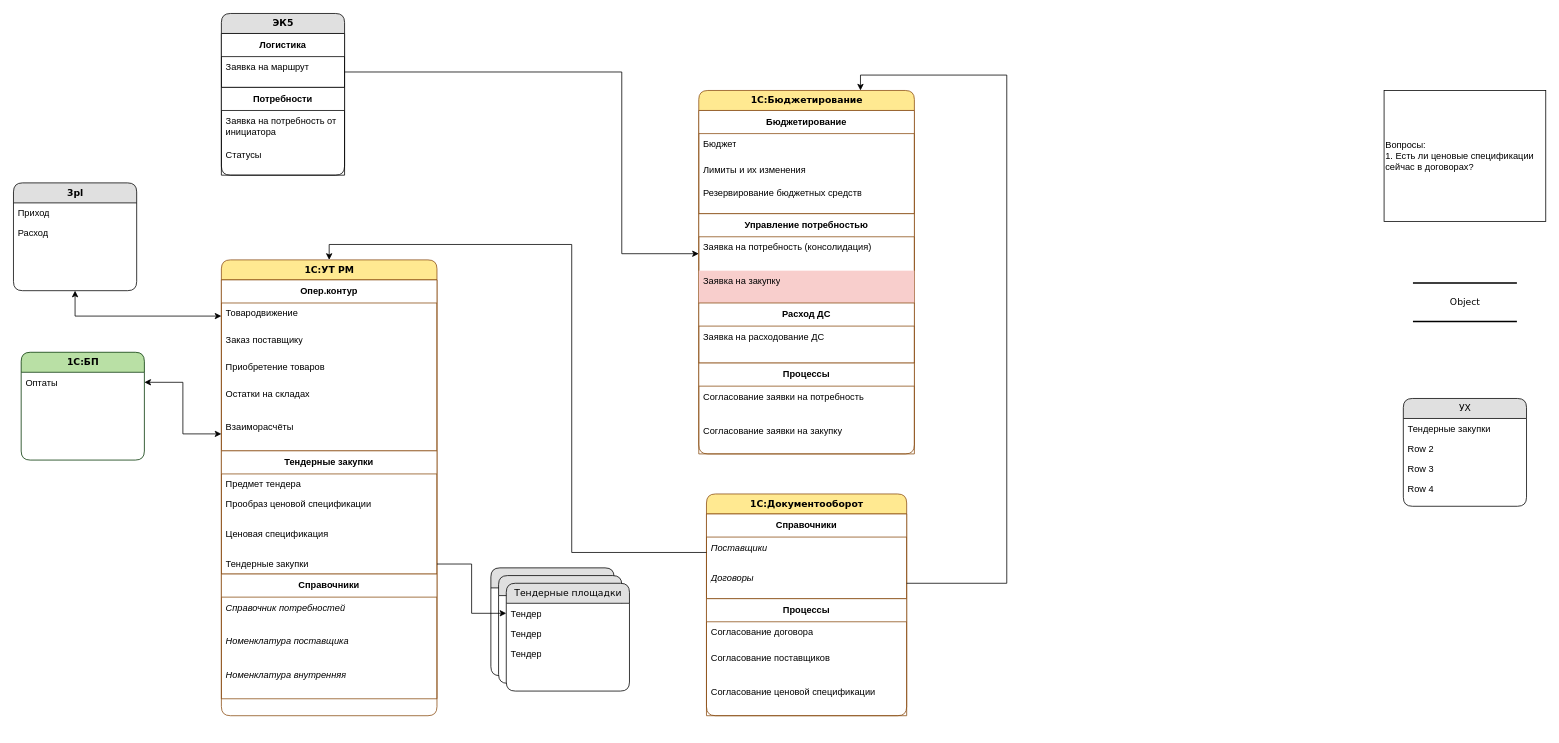
mih-ap/dwaw.io keeps this draw.io diagram as Диаграмма без названия.drawio. Above is the earlier version. Source tidied: cells renumbered, new cells numbered last; positions are measured from the earlier drawing's top-left corner, leaving out a move shared by most shapes. Both pictures are drawn from the tidied source at 77%, with x=0, y=0 at pixel (13, 13).
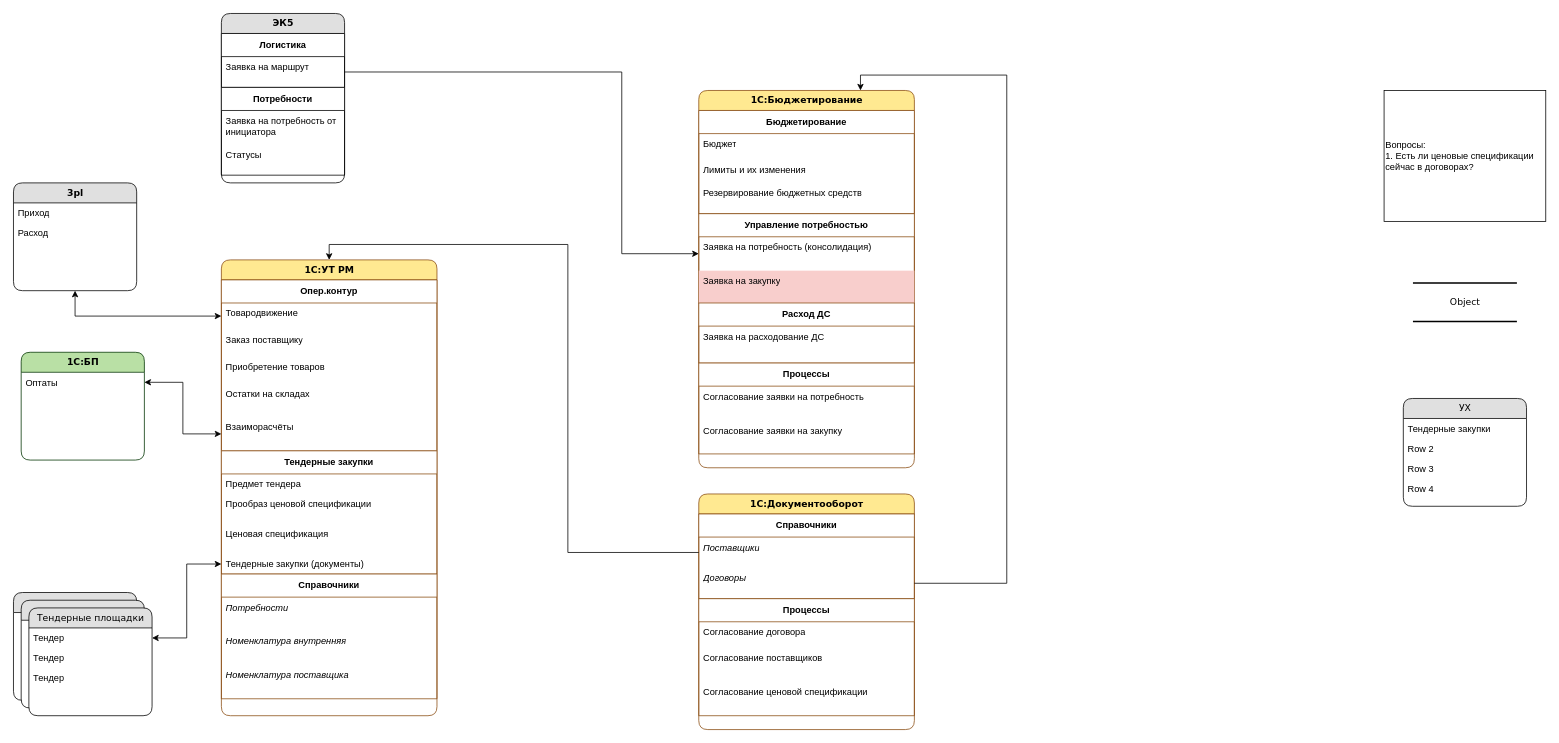
The same diagram, later.

Unchanged cells that the change refers to:
```xml
<mxCell id="15" value="Тендерные закупки" style="swimlane;fontStyle=1;horizontal=1;startSize=30;whiteSpace=wrap;html=1;strokeColor=#8B4D13;" parent="8" vertex="1">
  <mxGeometry y="248" width="280" height="160" as="geometry" />
</mxCell>
<mxCell id="20" value="Справочники" style="swimlane;fontStyle=1;horizontal=1;startSize=30;whiteSpace=wrap;html=1;strokeColor=#8B4D13;" parent="8" vertex="1">
  <mxGeometry y="408" width="280" height="162" as="geometry" />
</mxCell>
<mxCell id="61" value="Тендер" style="text;html=1;strokeColor=none;fillColor=none;spacingLeft=4;spacingRight=4;whiteSpace=wrap;overflow=hidden;points=[[0,0.5],[1,0.5]];portConstraint=eastwest;" parent="60" vertex="1">
  <mxGeometry y="26" width="160" height="26" as="geometry" />
</mxCell>
```

What changed in the source:
```diff
@@
-    <mxCell id="19" value="Тендерные закупки" style="text;html=1;strokeColor=none;fillColor=none;spacingLeft=4;spacingRight=4;whiteSpace=wrap;overflow=hidden;points=[[0,0.5],[1,0.5]];portConstraint=eastwest;" parent="15" vertex="1">
+    <mxCell id="19" value="Тендерные закупки (документы)" style="text;html=1;strokeColor=none;fillColor=none;spacingLeft=4;spacingRight=4;whiteSpace=wrap;overflow=hidden;points=[[0,0.5],[1,0.5]];portConstraint=eastwest;" parent="15" vertex="1">
       <mxGeometry y="134" width="280" height="26" as="geometry" />
     </mxCell>
@@
-    <mxCell id="21" value="Справочник потребностей" style="text;html=1;strokeColor=none;fillColor=none;spacingLeft=4;spacingRight=4;whiteSpace=wrap;overflow=hidden;fontStyle=2;" parent="20" vertex="1">
+    <mxCell id="21" value="Потребности" style="text;html=1;strokeColor=none;fillColor=none;spacingLeft=4;spacingRight=4;whiteSpace=wrap;overflow=hidden;fontStyle=2;" parent="20" vertex="1">
       <mxGeometry y="30" width="280" height="44" as="geometry" />
     </mxCell>
+    <mxCell id="23" value="Номенклатура внутренняя" style="text;html=1;strokeColor=none;fillColor=none;spacingLeft=4;spacingRight=4;whiteSpace=wrap;overflow=hidden;fontStyle=2;" parent="20" vertex="1">
+      <mxGeometry y="74" width="280" height="44" as="geometry" />
+    </mxCell>
     <mxCell id="22" value="Номенклатура поставщика" style="text;html=1;strokeColor=none;fillColor=none;spacingLeft=4;spacingRight=4;whiteSpace=wrap;overflow=hidden;fontStyle=2;" parent="20" vertex="1">
-      <mxGeometry y="74" width="280" height="44" as="geometry" />
+      <mxGeometry y="118" width="280" height="44" as="geometry" />
     </mxCell>
-    <mxCell id="23" value="Номенклатура внутренняя" style="text;html=1;strokeColor=none;fillColor=none;spacingLeft=4;spacingRight=4;whiteSpace=wrap;overflow=hidden;fontStyle=2;" parent="20" vertex="1">
-      <mxGeometry y="118" width="280" height="44" as="geometry" />
-    </mxCell>
     <mxCell id="24" value="1С:Бюджетирование" style="swimlane;html=1;fontStyle=1;horizontal=1;startSize=26;fillColor=#FFE991;swimlaneFillColor=#ffffff;align=center;rounded=1;shadow=0;comic=0;labelBackgroundColor=none;strokeWidth=1;fontFamily=Verdana;fontSize=12;strokeColor=#8B4D13;" parent="1" vertex="1">
-      <mxGeometry x="890" y="100" width="280" height="472" as="geometry" />
+      <mxGeometry x="890" y="100" width="280" height="490" as="geometry" />
     </mxCell>
@@
     <mxCell id="37" value="ЭК5" style="swimlane;html=1;fontStyle=1;horizontal=1;startSize=26;fillColor=#e0e0e0;swimlaneFillColor=#ffffff;align=center;rounded=1;shadow=0;comic=0;labelBackgroundColor=none;strokeWidth=1;fontFamily=Verdana;fontSize=12;" parent="1" vertex="1">
-      <mxGeometry x="270" width="160" height="210" as="geometry" />
+      <mxGeometry x="270" width="160" height="220" as="geometry" />
     </mxCell>
@@
     <mxCell id="48" value="1С:Документооборот" style="swimlane;html=1;fontStyle=1;horizontal=1;startSize=26;fillColor=#FFE991;swimlaneFillColor=#ffffff;align=center;rounded=1;shadow=0;comic=0;labelBackgroundColor=none;strokeWidth=1;fontFamily=Verdana;fontSize=12;strokeColor=#8B4D13;" parent="1" vertex="1">
-      <mxGeometry x="900" y="624" width="260" height="288" as="geometry" />
+      <mxGeometry x="890" y="624" width="280" height="306" as="geometry" />
     </mxCell>
     <mxCell id="49" value="Справочники" style="swimlane;fontStyle=1;horizontal=1;startSize=30;whiteSpace=wrap;html=1;strokeColor=#8B4D13;" parent="48" vertex="1">
-      <mxGeometry y="26" width="260" height="110" as="geometry" />
+      <mxGeometry y="26" width="280" height="110" as="geometry" />
     </mxCell>
     <mxCell id="50" value="Поставщики" style="text;html=1;strokeColor=none;fillColor=none;spacingLeft=4;spacingRight=4;whiteSpace=wrap;overflow=hidden;points=[[0,0.5],[1,0.5]];portConstraint=eastwest;fontStyle=2;" parent="49" vertex="1">
-      <mxGeometry y="30" width="260" height="40" as="geometry" />
+      <mxGeometry y="30" width="280" height="40" as="geometry" />
     </mxCell>
     <mxCell id="51" value="Договоры" style="text;html=1;strokeColor=none;fillColor=none;spacingLeft=4;spacingRight=4;whiteSpace=wrap;overflow=hidden;points=[[0,0.5],[1,0.5]];portConstraint=eastwest;fontStyle=2;" parent="49" vertex="1">
-      <mxGeometry y="70" width="260" height="40" as="geometry" />
+      <mxGeometry y="70" width="280" height="40" as="geometry" />
     </mxCell>
     <mxCell id="52" value="Процессы" style="swimlane;fontStyle=1;horizontal=1;startSize=30;whiteSpace=wrap;html=1;strokeColor=#8B4D13;" parent="48" vertex="1">
-      <mxGeometry y="136" width="260" height="152" as="geometry" />
+      <mxGeometry y="136" width="280" height="152" as="geometry" />
     </mxCell>
     <mxCell id="53" value="Согласование договора" style="text;html=1;strokeColor=none;fillColor=none;spacingLeft=4;spacingRight=4;whiteSpace=wrap;overflow=hidden;" parent="52" vertex="1">
-      <mxGeometry y="30" width="260" height="34" as="geometry" />
+      <mxGeometry y="30" width="280" height="34" as="geometry" />
     </mxCell>
     <mxCell id="54" value="Согласование поставщиков" style="text;html=1;strokeColor=none;fillColor=none;spacingLeft=4;spacingRight=4;whiteSpace=wrap;overflow=hidden;fontStyle=0;" parent="52" vertex="1">
-      <mxGeometry y="64" width="260" height="44" as="geometry" />
+      <mxGeometry y="64" width="280" height="44" as="geometry" />
     </mxCell>
     <mxCell id="55" value="Согласование ценовой спецификации" style="text;html=1;strokeColor=none;fillColor=none;spacingLeft=4;spacingRight=4;whiteSpace=wrap;overflow=hidden;" parent="52" vertex="1">
-      <mxGeometry y="108" width="260" height="44" as="geometry" />
+      <mxGeometry y="108" width="280" height="44" as="geometry" />
     </mxCell>
@@
     <mxCell id="57" style="group;" parent="1" vertex="1">
-      <mxGeometry x="620" y="720" width="180" height="160" as="geometry" />
+      <mxGeometry y="752" width="180" height="160" as="geometry" />
     </mxCell>
@@
-    <mxCell id="68" style="edgeStyle=orthogonalEdgeStyle;rounded=0;jettySize=auto;html=1;" parent="1" edge="1" source="19" target="61">
+    <mxCell id="68" style="edgeStyle=orthogonalEdgeStyle;rounded=0;jettySize=auto;html=1;endArrow=classic;startArrow=classic;" parent="1" edge="1" source="19" target="61">
       <mxGeometry relative="1" as="geometry" />
     </mxCell>
```
